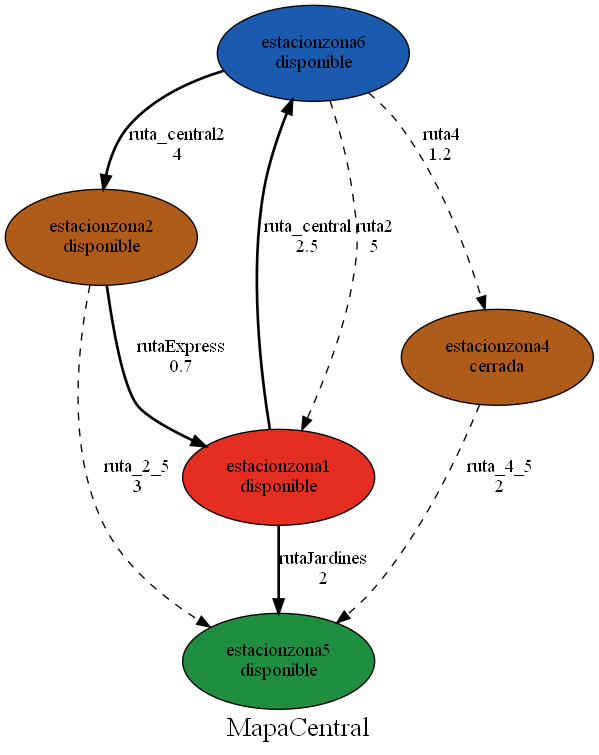
The Graphviz diagram Images/Mapa.gv.png in AdrianMolina2000/-LF-Proyecto1, before a commit. Its source is kept beside it as Images/Mapa.gv.
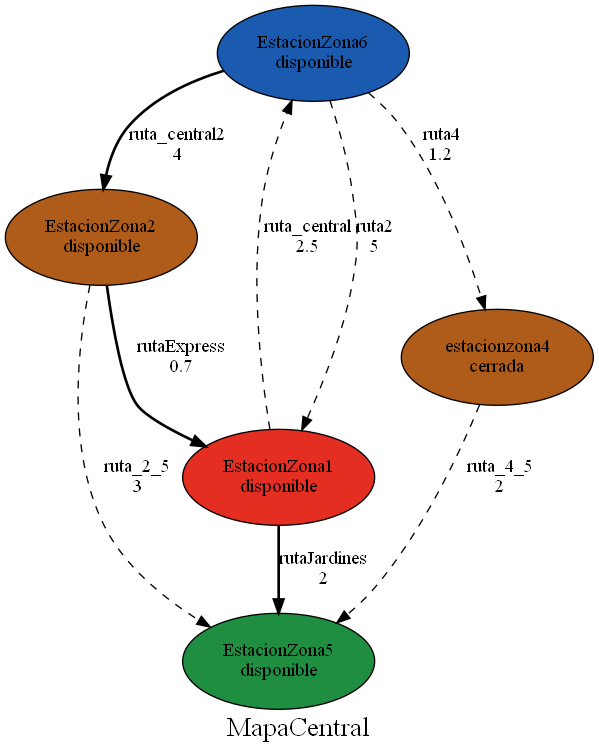
After the change.

Change to the diagram source:
```diff
@@ -1,21 +1,21 @@
 digraph Mapa {
 	node [color=black fillcolor="#1A5AAF" fixedsize=true height=1 shape=oval style=filled width=2]
-	estacionzona6 [label="estacionzona6
+	estacionzona6 [label="EstacionZona6
 disponible"]
 	node [color=black fillcolor="#AF5B1A" fixedsize=true height=1 shape=oval style=filled width=2]
-	estacionzona2 [label="estacionzona2
+	estacionzona2 [label="EstacionZona2
 disponible"]
 	node [color=black fillcolor="#E52E22" fixedsize=true height=1 shape=oval style=filled width=2]
-	estacionzona1 [label="estacionzona1
+	estacionzona1 [label="EstacionZona1
 disponible"]
 	node [color=black fillcolor="#208E40" fixedsize=true height=1 shape=oval style=filled width=2]
-	estacionzona5 [label="estacionzona5
+	estacionzona5 [label="EstacionZona5
 disponible"]
 	node [color=black fillcolor="#AF5B1A" fixedsize=true height=1 shape=oval style=filled width=2]
 	estacionzona4 [label="estacionzona4
 cerrada"]
 	estacionzona1 -> estacionzona6 [label="ruta_central
-2.5" style=bold]
+2.5" style=dashed]
 	estacionzona6 -> estacionzona2 [label="ruta_central2
 4" style=bold]
 	estacionzona6 -> estacionzona1 [label="ruta2
```
